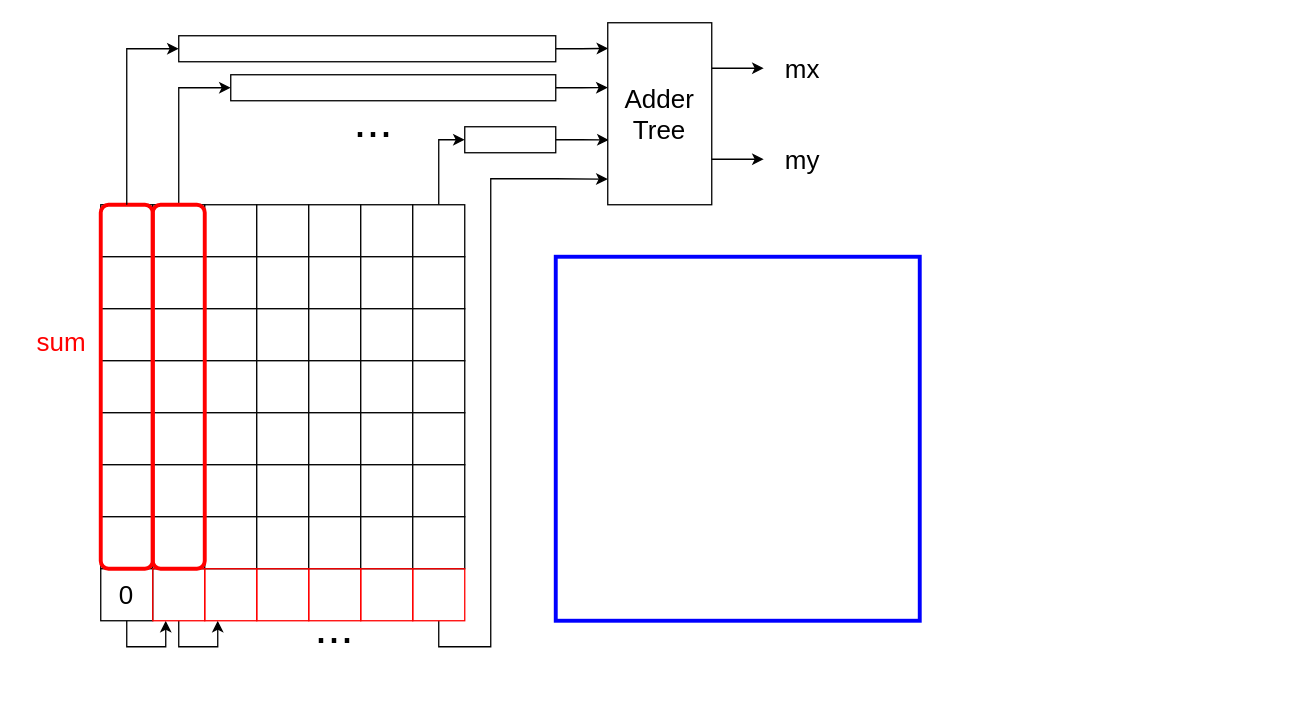
Before: page "Orientation Unit" (4 of 8) of Hardware_implementation/Diagram.drawio in FlyingFrank515/Visual-Odometry, a draw.io diagram. Source tidied: cells renumbered, new cells numbered last; positions are measured from the earlier drawing's top-left corner, leaving out a move shared by most shapes. Both pictures are drawn from the tidied source at 130%, with x=0, y=0 at pixel (22, 22).
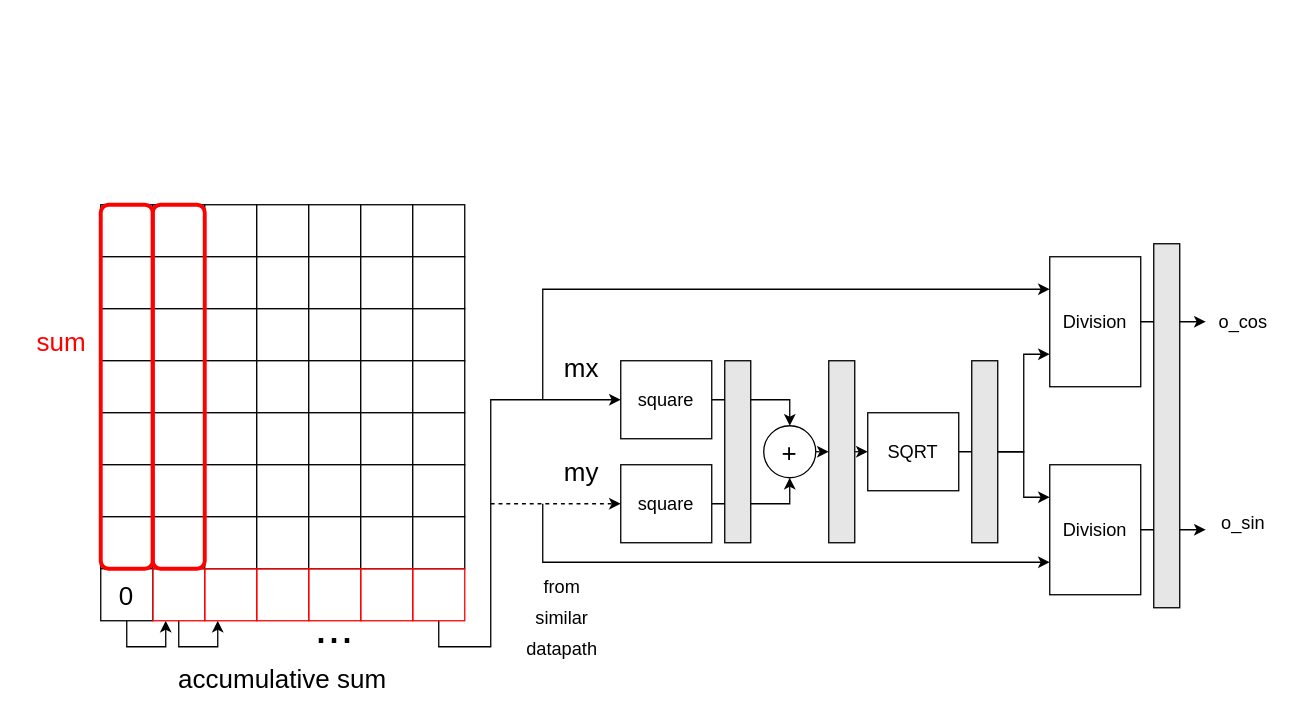
Above is the later version.

Unchanged cells that the change refers to:
```xml
<mxCell id="9" style="rounded=0;whiteSpace=wrap;html=1;fontSize=36;fillColor=#FFFFFF;" parent="1" vertex="1">
  <mxGeometry x="300" y="140" width="40" height="40" as="geometry" />
</mxCell>
<mxCell id="72" style="rounded=0;whiteSpace=wrap;html=1;fontSize=20;fontColor=#FF0000;strokeColor=#FF0000;strokeWidth=1;fillColor=none;" parent="1" vertex="1">
  <mxGeometry x="300" y="420" width="40" height="40" as="geometry" />
</mxCell>
```

What changed in the source:
```diff
@@
-    <mxCell id="8" style="edgeStyle=orthogonalEdgeStyle;rounded=0;jettySize=auto;html=1;exitX=0.5;exitY=0;exitDx=0;exitDy=0;fontSize=20;entryX=0;entryY=0.5;entryDx=0;entryDy=0;" parent="1" edge="1" source="9" target="63">
-      <mxGeometry relative="1" as="geometry" />
-    </mxCell>
@@
-    <mxCell id="55" style="endArrow=classic;html=1;rounded=0;fontSize=20;entryX=0;entryY=0.5;entryDx=0;entryDy=0;" parent="1" edge="1" target="57">
-      <mxGeometry relative="1" as="geometry">
-        <mxPoint x="80" y="140" as="sourcePoint" />
-        <Array as="points">
-          <mxPoint x="80" y="20" />
-        </Array>
-      </mxGeometry>
-    </mxCell>
-    <mxCell id="56" style="edgeStyle=orthogonalEdgeStyle;rounded=0;jettySize=auto;html=1;exitX=1;exitY=0.5;exitDx=0;exitDy=0;entryX=0.005;entryY=0.141;entryDx=0;entryDy=0;entryPerimeter=0;fontSize=20;fontColor=#FF0000;" parent="1" edge="1" source="57" target="75">
-      <mxGeometry relative="1" as="geometry" />
-    </mxCell>
-    <mxCell id="57" style="rounded=0;whiteSpace=wrap;html=1;fontSize=20;strokeWidth=1;" parent="1" vertex="1">
-      <mxGeometry x="120" y="10" width="290" height="20" as="geometry" />
-    </mxCell>
-    <mxCell id="58" style="endArrow=classic;html=1;rounded=0;fontSize=20;entryX=0;entryY=0.5;entryDx=0;entryDy=0;" parent="1" edge="1">
-      <mxGeometry relative="1" as="geometry">
-        <mxPoint x="120" y="140" as="sourcePoint" />
-        <mxPoint x="160" y="50" as="targetPoint" />
-        <Array as="points">
-          <mxPoint x="120" y="50" />
-        </Array>
-      </mxGeometry>
-    </mxCell>
-    <mxCell id="59" style="edgeStyle=orthogonalEdgeStyle;rounded=0;jettySize=auto;html=1;exitX=1;exitY=0.5;exitDx=0;exitDy=0;entryX=0;entryY=0.356;entryDx=0;entryDy=0;entryPerimeter=0;fontSize=20;fontColor=#FF0000;" parent="1" edge="1" source="60" target="75">
-      <mxGeometry relative="1" as="geometry" />
-    </mxCell>
-    <mxCell id="60" style="rounded=0;whiteSpace=wrap;html=1;fontSize=20;strokeWidth=1;" parent="1" vertex="1">
-      <mxGeometry x="160" y="40" width="250" height="20" as="geometry" />
-    </mxCell>
-    <mxCell id="61" value="&lt;font style=&quot;font-size: 36px&quot;&gt;...&lt;/font&gt;" style="text;html=1;strokeColor=none;fillColor=none;align=center;verticalAlign=middle;whiteSpace=wrap;rounded=0;" parent="1" vertex="1">
-      <mxGeometry x="240" y="60" width="60" height="30" as="geometry" />
-    </mxCell>
-    <mxCell id="62" style="edgeStyle=orthogonalEdgeStyle;rounded=0;jettySize=auto;html=1;exitX=1;exitY=0.5;exitDx=0;exitDy=0;entryX=0.01;entryY=0.644;entryDx=0;entryDy=0;entryPerimeter=0;fontSize=20;fontColor=#FF0000;" parent="1" edge="1" source="63" target="75">
-      <mxGeometry relative="1" as="geometry" />
-    </mxCell>
-    <mxCell id="63" style="rounded=0;whiteSpace=wrap;html=1;fontSize=20;strokeWidth=1;" parent="1" vertex="1">
-      <mxGeometry x="340" y="80" width="70" height="20" as="geometry" />
-    </mxCell>
@@
-    <mxCell id="71" style="edgeStyle=orthogonalEdgeStyle;rounded=0;jettySize=auto;html=1;exitX=0.5;exitY=1;exitDx=0;exitDy=0;fontSize=20;fontColor=#FF0000;entryX=0;entryY=0.859;entryDx=0;entryDy=0;entryPerimeter=0;" parent="1" edge="1" source="72" target="75">
+    <mxCell id="71" style="edgeStyle=orthogonalEdgeStyle;rounded=0;jettySize=auto;html=1;exitX=0.5;exitY=1;exitDx=0;exitDy=0;fontSize=20;fontColor=#FF0000;entryX=0;entryY=0.5;entryDx=0;entryDy=0;" parent="1" edge="1" source="72" target="84">
       <mxGeometry relative="1" as="geometry">
         <Array as="points">
           <mxPoint x="320" y="480" />
           <mxPoint x="360" y="480" />
-          <mxPoint x="360" y="120" />
-          <mxPoint x="410" y="120" />
+          <mxPoint x="360" y="290" />
         </Array>
       </mxGeometry>
     </mxCell>
@@
-    <mxCell id="74" style="edgeStyle=orthogonalEdgeStyle;rounded=0;jettySize=auto;html=1;exitX=1;exitY=0.25;exitDx=0;exitDy=0;fontSize=20;fontColor=#FF0000;" parent="1" edge="1" source="75">
-      <mxGeometry relative="1" as="geometry">
-        <mxPoint x="570" y="35" as="targetPoint" />
-      </mxGeometry>
-    </mxCell>
-    <mxCell id="75" value="Adder&lt;br&gt;Tree" style="rounded=0;whiteSpace=wrap;html=1;fontSize=20;strokeWidth=1;" parent="1" vertex="1">
-      <mxGeometry x="450" width="80" height="140" as="geometry" />
-    </mxCell>
-    <mxCell id="76" style="edgeStyle=orthogonalEdgeStyle;rounded=0;jettySize=auto;html=1;exitX=1;exitY=0.75;exitDx=0;exitDy=0;fontSize=20;fontColor=#FF0000;" parent="1" edge="1" source="75">
-      <mxGeometry relative="1" as="geometry">
-        <mxPoint x="570" y="105" as="targetPoint" />
-      </mxGeometry>
-    </mxCell>
     <mxCell id="77" value="&lt;font color=&quot;#000000&quot;&gt;mx&lt;/font&gt;" style="text;html=1;strokeColor=none;fillColor=none;align=center;verticalAlign=middle;whiteSpace=wrap;rounded=0;fontSize=20;fontColor=#FF0000;" parent="1" vertex="1">
-      <mxGeometry x="570" y="20" width="60" height="30" as="geometry" />
+      <mxGeometry x="400" y="250" width="60" height="30" as="geometry" />
     </mxCell>
     <mxCell id="78" value="&lt;font color=&quot;#000000&quot;&gt;my&lt;/font&gt;" style="text;html=1;strokeColor=none;fillColor=none;align=center;verticalAlign=middle;whiteSpace=wrap;rounded=0;fontSize=20;fontColor=#FF0000;" parent="1" vertex="1">
-      <mxGeometry x="570" y="90" width="60" height="30" as="geometry" />
+      <mxGeometry x="400" y="330" width="60" height="30" as="geometry" />
     </mxCell>
-    <mxCell id="79" style="rounded=0;whiteSpace=wrap;html=1;fillColor=none;strokeColor=#0000FF;strokeWidth=3;" parent="1" vertex="1">
-      <mxGeometry x="410" y="180" width="280" height="280" as="geometry" />
-    </mxCell>
@@
+    <mxCell id="81" style="endArrow=classic;html=1;rounded=0;fontSize=20;fontColor=#000000;strokeColor=#000000;dashed=1;entryX=0;entryY=0.5;entryDx=0;entryDy=0;" parent="1" edge="1" target="86">
+      <mxGeometry relative="1" as="geometry">
+        <mxPoint x="360" y="370" as="sourcePoint" />
+      </mxGeometry>
+    </mxCell>
+    <mxCell id="82" value="&lt;font style=&quot;font-size: 14px&quot;&gt;from similar datapath&lt;/font&gt;" style="text;html=1;strokeColor=none;fillColor=none;align=center;verticalAlign=middle;whiteSpace=wrap;rounded=0;fontSize=20;fontColor=#000000;" parent="1" vertex="1">
+      <mxGeometry x="385" y="440" width="60" height="30" as="geometry" />
+    </mxCell>
+    <mxCell id="83" style="edgeStyle=orthogonalEdgeStyle;rounded=0;jettySize=auto;html=1;exitX=1;exitY=0.5;exitDx=0;exitDy=0;entryX=0.5;entryY=0;entryDx=0;entryDy=0;fontSize=14;fontColor=#000000;strokeColor=#000000;" parent="1" edge="1" source="84" target="88">
+      <mxGeometry relative="1" as="geometry" />
+    </mxCell>
+    <mxCell id="84" value="square" style="rounded=0;whiteSpace=wrap;html=1;fontSize=14;" parent="1" vertex="1">
+      <mxGeometry x="460" y="260" width="70" height="60" as="geometry" />
+    </mxCell>
+    <mxCell id="85" style="edgeStyle=orthogonalEdgeStyle;rounded=0;jettySize=auto;html=1;exitX=1;exitY=0.5;exitDx=0;exitDy=0;entryX=0.5;entryY=1;entryDx=0;entryDy=0;fontSize=14;fontColor=#000000;strokeColor=#000000;" parent="1" edge="1" source="86" target="88">
+      <mxGeometry relative="1" as="geometry" />
+    </mxCell>
+    <mxCell id="86" value="square" style="rounded=0;whiteSpace=wrap;html=1;fontSize=14;" parent="1" vertex="1">
+      <mxGeometry x="460" y="340" width="70" height="60" as="geometry" />
+    </mxCell>
+    <mxCell id="87" style="edgeStyle=orthogonalEdgeStyle;rounded=0;jettySize=auto;html=1;exitX=1;exitY=0.5;exitDx=0;exitDy=0;entryX=0;entryY=0.5;entryDx=0;entryDy=0;dashed=1;fontSize=14;fontColor=#000000;strokeColor=#000000;" parent="1" edge="1" source="88" target="91">
+      <mxGeometry relative="1" as="geometry" />
+    </mxCell>
+    <mxCell id="88" value="+" style="ellipse;whiteSpace=wrap;html=1;fontSize=20;" parent="1" vertex="1">
+      <mxGeometry x="570" y="310" width="40" height="40" as="geometry" />
+    </mxCell>
+    <mxCell id="89" style="rounded=0;whiteSpace=wrap;html=1;fontSize=14;fontColor=#000000;strokeColor=#000000;fillColor=#E6E6E6;" parent="1" vertex="1">
+      <mxGeometry x="540" y="260" width="20" height="140" as="geometry" />
+    </mxCell>
+    <mxCell id="90" style="edgeStyle=orthogonalEdgeStyle;rounded=0;jettySize=auto;html=1;exitX=1;exitY=0.5;exitDx=0;exitDy=0;entryX=0;entryY=0.5;entryDx=0;entryDy=0;fontSize=14;fontColor=#000000;strokeColor=#000000;" parent="1" edge="1" source="91" target="93">
+      <mxGeometry relative="1" as="geometry" />
+    </mxCell>
+    <mxCell id="91" style="rounded=0;whiteSpace=wrap;html=1;fontSize=14;fontColor=#000000;strokeColor=#000000;fillColor=#E6E6E6;" parent="1" vertex="1">
+      <mxGeometry x="620" y="260" width="20" height="140" as="geometry" />
+    </mxCell>
+    <mxCell id="92" style="edgeStyle=orthogonalEdgeStyle;rounded=0;jettySize=auto;html=1;exitX=1;exitY=0.5;exitDx=0;exitDy=0;entryX=0;entryY=0.75;entryDx=0;entryDy=0;fontSize=14;fontColor=#000000;strokeColor=#000000;" parent="1" edge="1" source="93" target="95">
+      <mxGeometry relative="1" as="geometry">
+        <Array as="points">
+          <mxPoint x="770" y="330" />
+          <mxPoint x="770" y="255" />
+        </Array>
+      </mxGeometry>
+    </mxCell>
+    <mxCell id="93" value="SQRT" style="rounded=0;whiteSpace=wrap;html=1;fontSize=14;fillColor=#FFFFFF;" parent="1" vertex="1">
+      <mxGeometry x="650" y="300" width="70" height="60" as="geometry" />
+    </mxCell>
+    <mxCell id="94" style="edgeStyle=orthogonalEdgeStyle;rounded=0;jettySize=auto;html=1;exitX=1;exitY=0.5;exitDx=0;exitDy=0;fontSize=14;fontColor=#000000;strokeColor=#000000;" parent="1" edge="1" source="95">
+      <mxGeometry relative="1" as="geometry">
+        <mxPoint x="910" y="230" as="targetPoint" />
+      </mxGeometry>
+    </mxCell>
+    <mxCell id="95" value="Division" style="rounded=0;whiteSpace=wrap;html=1;fontSize=14;fontColor=#000000;strokeColor=#000000;fillColor=#FFFFFF;" parent="1" vertex="1">
+      <mxGeometry x="790" y="180" width="70" height="100" as="geometry" />
+    </mxCell>
+    <mxCell id="96" style="edgeStyle=orthogonalEdgeStyle;rounded=0;jettySize=auto;html=1;exitX=1;exitY=0.5;exitDx=0;exitDy=0;entryX=0;entryY=0.25;entryDx=0;entryDy=0;fontSize=14;fontColor=#000000;strokeColor=#000000;" parent="1" edge="1" source="97" target="100">
+      <mxGeometry relative="1" as="geometry">
+        <Array as="points">
+          <mxPoint x="770" y="330" />
+          <mxPoint x="770" y="365" />
+        </Array>
+      </mxGeometry>
+    </mxCell>
+    <mxCell id="97" style="rounded=0;whiteSpace=wrap;html=1;fontSize=14;fontColor=#000000;strokeColor=#000000;fillColor=#E6E6E6;" parent="1" vertex="1">
+      <mxGeometry x="730" y="260" width="20" height="140" as="geometry" />
+    </mxCell>
+    <mxCell id="98" style="endArrow=classic;html=1;rounded=0;fontSize=14;fontColor=#000000;strokeColor=#000000;entryX=0;entryY=0.25;entryDx=0;entryDy=0;" parent="1" edge="1" target="95">
+      <mxGeometry relative="1" as="geometry">
+        <mxPoint x="400" y="290" as="sourcePoint" />
+        <Array as="points">
+          <mxPoint x="400" y="205" />
+        </Array>
+      </mxGeometry>
+    </mxCell>
+    <mxCell id="99" style="edgeStyle=orthogonalEdgeStyle;rounded=0;jettySize=auto;html=1;exitX=1;exitY=0.5;exitDx=0;exitDy=0;fontSize=14;fontColor=#000000;strokeColor=#000000;" parent="1" edge="1" source="100">
+      <mxGeometry relative="1" as="geometry">
+        <mxPoint x="910" y="390" as="targetPoint" />
+      </mxGeometry>
+    </mxCell>
+    <mxCell id="100" value="Division" style="rounded=0;whiteSpace=wrap;html=1;fontSize=14;fontColor=#000000;strokeColor=#000000;fillColor=#FFFFFF;" parent="1" vertex="1">
+      <mxGeometry x="790" y="340" width="70" height="100" as="geometry" />
+    </mxCell>
+    <mxCell id="101" style="endArrow=classic;html=1;rounded=0;fontSize=14;fontColor=#000000;strokeColor=#000000;entryX=0;entryY=0.75;entryDx=0;entryDy=0;" parent="1" edge="1" target="100">
+      <mxGeometry relative="1" as="geometry">
+        <mxPoint x="400" y="370" as="sourcePoint" />
+        <Array as="points">
+          <mxPoint x="400" y="415" />
+        </Array>
+      </mxGeometry>
+    </mxCell>
+    <mxCell id="102" style="rounded=0;whiteSpace=wrap;html=1;fontSize=14;fontColor=#000000;strokeColor=#000000;fillColor=#E6E6E6;" parent="1" vertex="1">
+      <mxGeometry x="870" y="170" width="20" height="280" as="geometry" />
+    </mxCell>
+    <mxCell id="103" value="o_cos" style="text;html=1;strokeColor=none;fillColor=none;align=center;verticalAlign=middle;whiteSpace=wrap;rounded=0;fontSize=14;fontColor=#000000;" parent="1" vertex="1">
+      <mxGeometry x="909" y="215" width="60" height="30" as="geometry" />
+    </mxCell>
+    <mxCell id="104" value="o_sin" style="text;html=1;strokeColor=none;fillColor=none;align=center;verticalAlign=middle;whiteSpace=wrap;rounded=0;fontSize=14;fontColor=#000000;" parent="1" vertex="1">
+      <mxGeometry x="909" y="370" width="60" height="30" as="geometry" />
+    </mxCell>
+    <mxCell id="105" value="&lt;font style=&quot;font-size: 20px&quot;&gt;accumulative sum&lt;/font&gt;" style="text;html=1;strokeColor=none;fillColor=none;align=center;verticalAlign=middle;whiteSpace=wrap;rounded=0;fontSize=14;fontColor=#000000;" parent="1" vertex="1">
+      <mxGeometry x="95" y="489" width="210" height="30" as="geometry" />
+    </mxCell>
```
